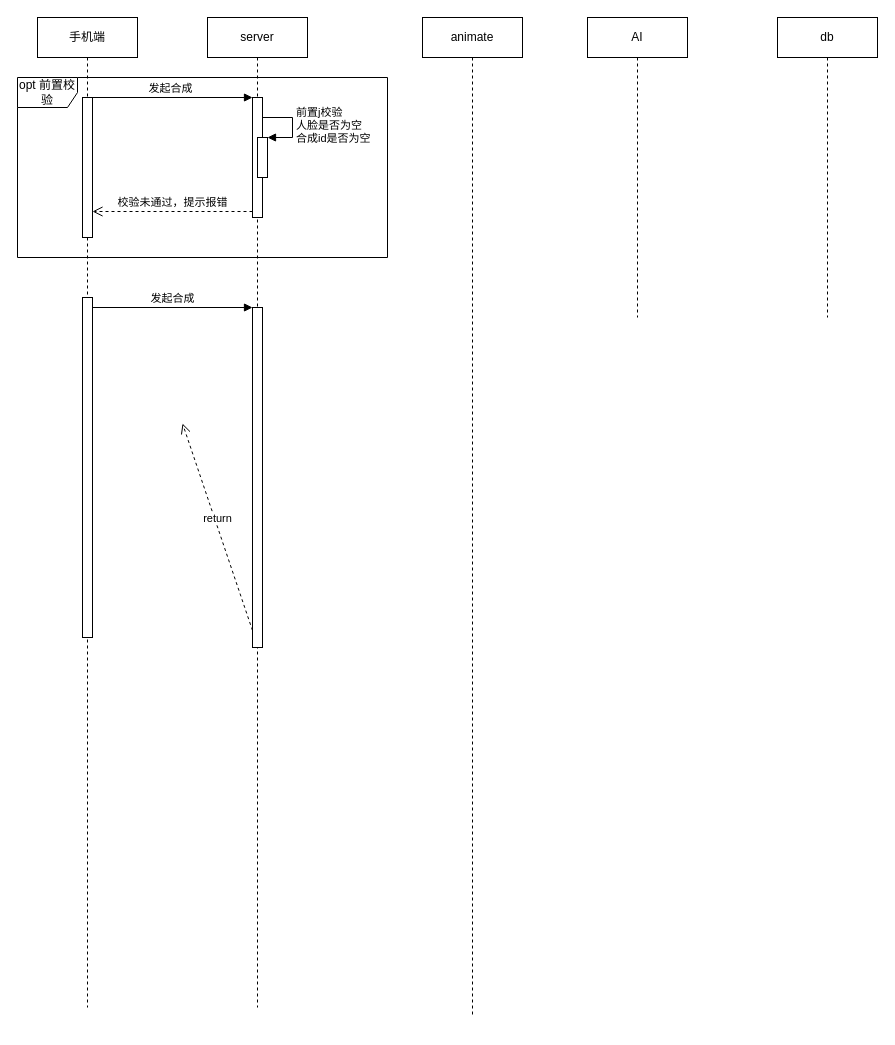
Before: 图片背景纯色抠图时序图.drawio in milletzhu/datasource, a draw.io diagram. Source tidied: cells renumbered, new cells numbered last; positions are measured from the earlier drawing's top-left corner, leaving out a move shared by most shapes. Both pictures are drawn from the tidied source at 100%, with x=0, y=0 at pixel (17, 17).
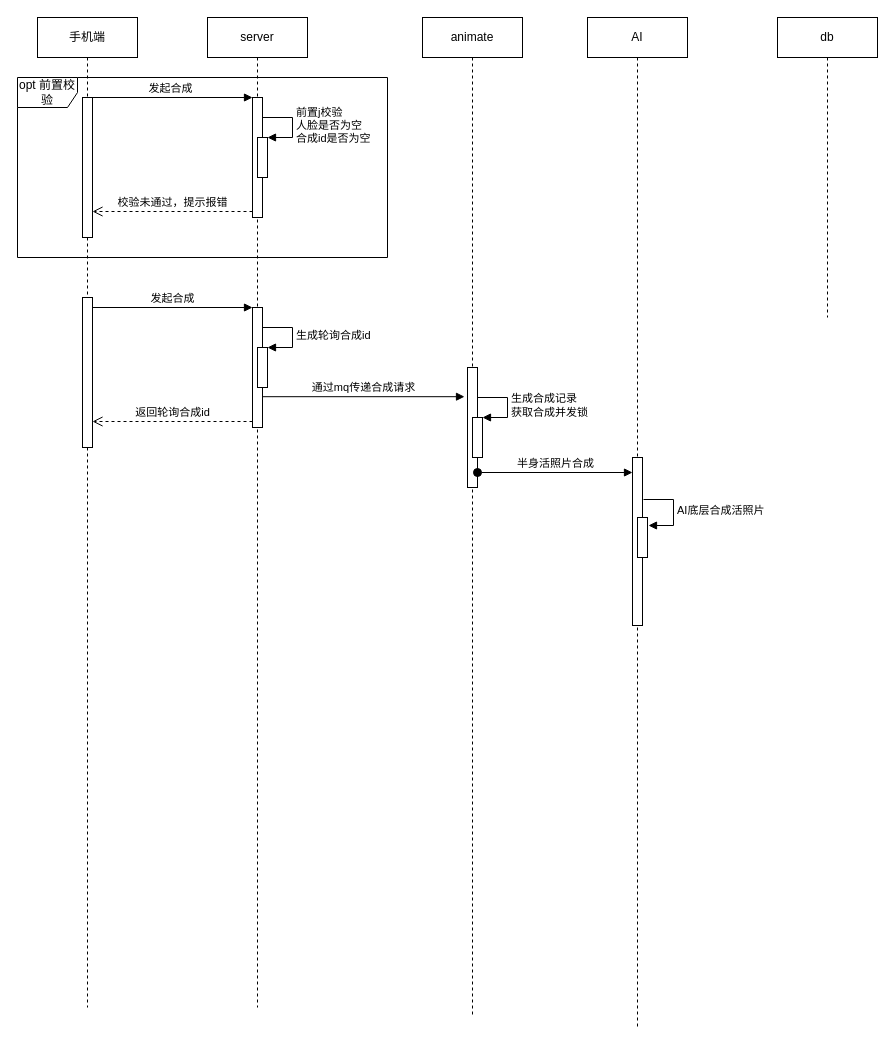
Above is the later version.

Commit message (it also covers changes not shown here):
更新图片背景纯色抠图时序图.drawio

Unchanged cells that the change refers to:
```xml
<mxCell id="3" value="手机端" style="shape=umlLifeline;perimeter=lifelinePerimeter;whiteSpace=wrap;html=1;outlineConnect=0;" parent="1" vertex="1">
  <mxGeometry x="20" width="100" height="990" as="geometry" />
</mxCell>
<mxCell id="6" value="server" style="shape=umlLifeline;perimeter=lifelinePerimeter;whiteSpace=wrap;html=1;" parent="1" vertex="1">
  <mxGeometry x="190" width="100" height="990" as="geometry" />
</mxCell>
<mxCell id="11" value="animate" style="shape=umlLifeline;perimeter=lifelinePerimeter;whiteSpace=wrap;html=1;" parent="1" vertex="1">
  <mxGeometry x="405" width="100" height="1000" as="geometry" />
</mxCell>
```

The edit, as a diff of the source:
```diff
@@
     <mxCell id="5" style="html=1;points=[];perimeter=orthogonalPerimeter;" parent="3" vertex="1">
-      <mxGeometry x="45" y="280" width="10" height="340" as="geometry" />
+      <mxGeometry x="45" y="280" width="10" height="150" as="geometry" />
     </mxCell>
@@
-    <mxCell id="10" value="return" style="html=1;verticalAlign=bottom;endArrow=open;dashed=1;endSize=8;exitX=0;exitY=0.95;rounded=0;" parent="6" edge="1" source="17">
-      <mxGeometry relative="1" as="geometry">
-        <mxPoint x="-25" y="406" as="targetPoint" />
-      </mxGeometry>
-    </mxCell>
@@
+    <mxCell id="18" style="html=1;perimeter=orthogonalPerimeter;" parent="11" vertex="1">
+      <mxGeometry x="45" y="350" width="10" height="120" as="geometry" />
+    </mxCell>
+    <mxCell id="19" style="html=1;points=[];perimeter=orthogonalPerimeter;" parent="11" vertex="1">
+      <mxGeometry x="50" y="400" width="10" height="40" as="geometry" />
+    </mxCell>
+    <mxCell id="20" value="生成合成记录&lt;br&gt;获取合成并发锁" style="edgeStyle=orthogonalEdgeStyle;html=1;align=left;spacingLeft=2;endArrow=block;rounded=0;entryX=1;entryY=0;" parent="11" edge="1" target="19">
+      <mxGeometry relative="1" as="geometry">
+        <mxPoint x="55" y="380" as="sourcePoint" />
+        <Array as="points">
+          <mxPoint x="85" y="380" />
+        </Array>
+      </mxGeometry>
+    </mxCell>
     <mxCell id="12" value="AI" style="shape=umlLifeline;perimeter=lifelinePerimeter;whiteSpace=wrap;html=1;" parent="1" vertex="1">
-      <mxGeometry x="570" width="100" height="300" as="geometry" />
+      <mxGeometry x="570" width="100" height="1010" as="geometry" />
     </mxCell>
+    <mxCell id="21" style="html=1;perimeter=orthogonalPerimeter;" parent="12" vertex="1">
+      <mxGeometry x="45" y="440" width="10" height="168" as="geometry" />
+    </mxCell>
+    <mxCell id="22" style="html=1;perimeter=orthogonalPerimeter;" parent="12" vertex="1">
+      <mxGeometry x="50" y="500" width="10" height="40" as="geometry" />
+    </mxCell>
+    <mxCell id="23" value="AI底层合成活照片" style="edgeStyle=orthogonalEdgeStyle;html=1;align=left;spacingLeft=2;endArrow=block;rounded=0;entryX=1;entryY=0;" parent="12" edge="1">
+      <mxGeometry relative="1" as="geometry">
+        <mxPoint x="56" y="482" as="sourcePoint" />
+        <mxPoint x="61" y="508" as="targetPoint" />
+        <Array as="points">
+          <mxPoint x="86" y="482" />
+        </Array>
+      </mxGeometry>
+    </mxCell>
@@
     <mxCell id="17" style="html=1;points=[];perimeter=orthogonalPerimeter;" parent="1" vertex="1">
-      <mxGeometry x="235" y="290" width="10" height="340" as="geometry" />
+      <mxGeometry x="235" y="290" width="10" height="120" as="geometry" />
     </mxCell>
+    <mxCell id="24" value="通过mq传递合成请求" style="html=1;verticalAlign=bottom;endArrow=block;rounded=0;entryX=-0.3;entryY=0.125;entryDx=0;entryDy=0;entryPerimeter=0;" parent="1" edge="1">
+      <mxGeometry relative="1" as="geometry">
+        <mxPoint x="245" y="379.2" as="sourcePoint" />
+        <mxPoint x="447" y="379.2" as="targetPoint" />
+      </mxGeometry>
+    </mxCell>
+    <mxCell id="10" value="返回轮询合成id" style="html=1;verticalAlign=bottom;endArrow=open;dashed=1;endSize=8;exitX=0;exitY=0.95;rounded=0;" parent="1" edge="1" source="17" target="5">
+      <mxGeometry relative="1" as="geometry" />
+    </mxCell>
+    <mxCell id="25" style="html=1;points=[];perimeter=orthogonalPerimeter;" parent="1" vertex="1">
+      <mxGeometry x="240" y="330" width="10" height="40" as="geometry" />
+    </mxCell>
+    <mxCell id="26" value="生成轮询合成id" style="edgeStyle=orthogonalEdgeStyle;html=1;align=left;spacingLeft=2;endArrow=block;rounded=0;entryX=1;entryY=0;" parent="1" edge="1" target="25">
+      <mxGeometry relative="1" as="geometry">
+        <mxPoint x="245" y="310" as="sourcePoint" />
+        <Array as="points">
+          <mxPoint x="275" y="310" />
+        </Array>
+      </mxGeometry>
+    </mxCell>
+    <mxCell id="27" value="半身活照片合成" style="html=1;verticalAlign=bottom;startArrow=oval;endArrow=block;startSize=8;rounded=0;" parent="1" edge="1">
+      <mxGeometry relative="1" as="geometry">
+        <mxPoint x="460" y="455" as="sourcePoint" />
+        <mxPoint x="615" y="455" as="targetPoint" />
+      </mxGeometry>
+    </mxCell>
```
